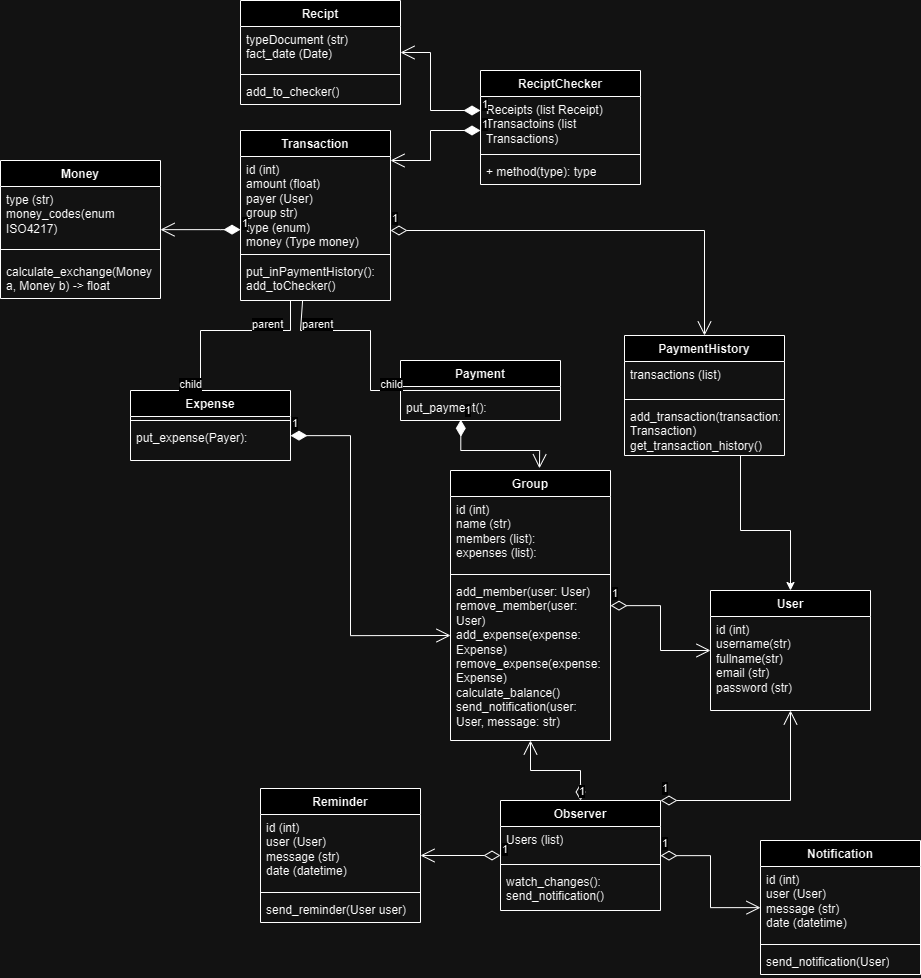
Earlier version of the draw.io export images/PocketPartners-Diagram-Class.png (PocketPartners/Informe). Source tidied: cells renumbered, new cells last; positions are measured from the earlier drawing's top-left corner, leaving out a move shared by most shapes.
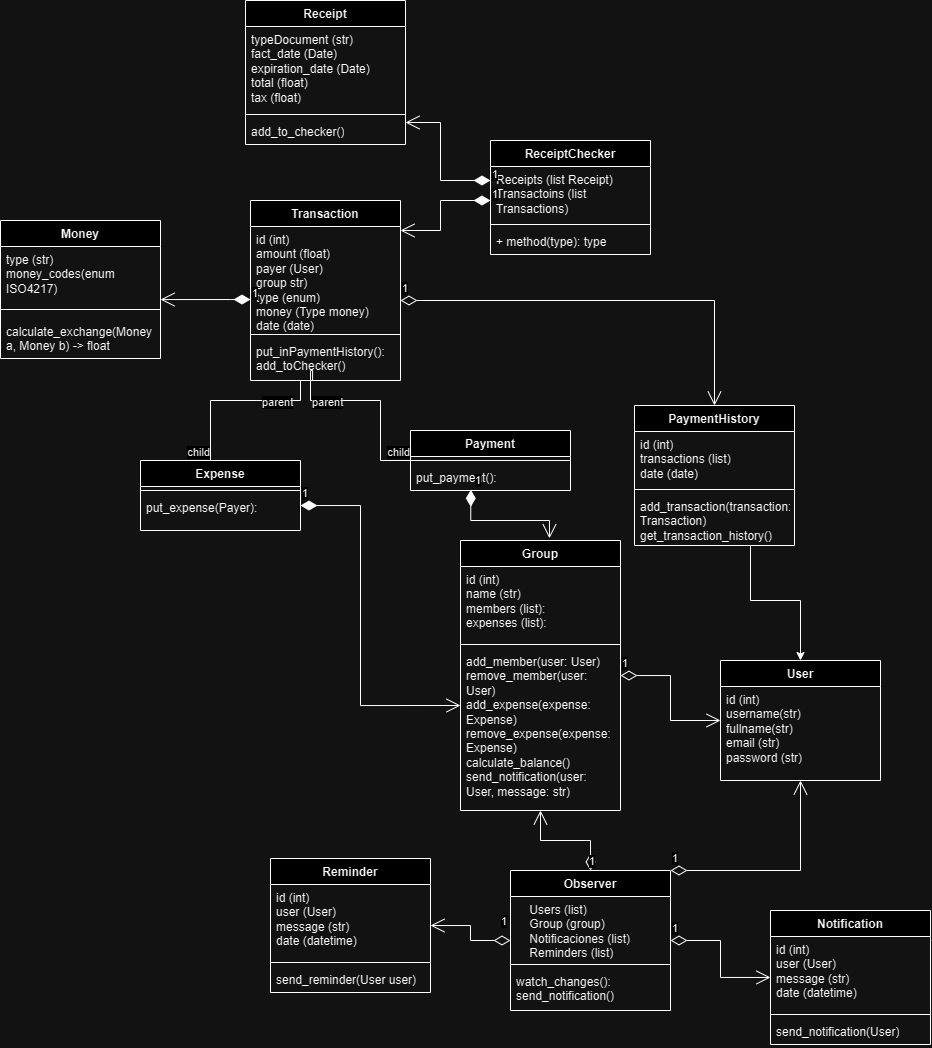
Above is the later version.

Commit message:
fix: spelling and missing attributes in classes

What changed in the source:
```diff
@@ -62,28 +62,28 @@
       </mxGeometry>
     </mxCell>
     <mxCell id="20" value="PaymentHistory" style="swimlane;fontStyle=1;align=center;verticalAlign=top;horizontal=1;startSize=26;whiteSpace=wrap;html=1;" parent="1" vertex="1">
-      <mxGeometry x="624" y="335" width="160" height="120" as="geometry" />
+      <mxGeometry x="624" y="335" width="160" height="140" as="geometry" />
     </mxCell>
-    <mxCell id="21" value="transactions (list)" style="text;strokeColor=none;fillColor=none;align=left;verticalAlign=top;spacingLeft=4;spacingRight=4;overflow=hidden;whiteSpace=wrap;html=1;" parent="20" vertex="1">
-      <mxGeometry y="26" width="160" height="34" as="geometry" />
+    <mxCell id="21" value="&lt;div&gt;id (int)&lt;/div&gt;transactions (list)&lt;div&gt;date (date)&lt;/div&gt;" style="text;strokeColor=none;fillColor=none;align=left;verticalAlign=top;spacingLeft=4;spacingRight=4;overflow=hidden;whiteSpace=wrap;html=1;" parent="20" vertex="1">
+      <mxGeometry y="26" width="160" height="54" as="geometry" />
     </mxCell>
     <mxCell id="22" style="line;strokeWidth=1;fillColor=none;align=left;verticalAlign=middle;spacingTop=-1;spacingLeft=3;spacingRight=3;labelPosition=right;strokeColor=inherit;" parent="20" vertex="1">
-      <mxGeometry y="60" width="160" height="8" as="geometry" />
+      <mxGeometry y="80" width="160" height="8" as="geometry" />
     </mxCell>
     <mxCell id="23" value="&lt;div&gt;add_transaction(transaction: Transaction)&lt;/div&gt;&lt;div&gt;get_transaction_history()&lt;/div&gt;" style="text;strokeColor=none;fillColor=none;align=left;verticalAlign=top;spacingLeft=4;spacingRight=4;overflow=hidden;whiteSpace=wrap;html=1;" parent="20" vertex="1">
-      <mxGeometry y="68" width="160" height="52" as="geometry" />
+      <mxGeometry y="88" width="160" height="52" as="geometry" />
     </mxCell>
     <mxCell id="24" value="Observer" style="swimlane;fontStyle=1;align=center;verticalAlign=top;horizontal=1;startSize=26;whiteSpace=wrap;html=1;" parent="1" vertex="1">
-      <mxGeometry x="500" y="800" width="160" height="110" as="geometry" />
+      <mxGeometry x="500" y="800" width="160" height="140" as="geometry" />
     </mxCell>
-    <mxCell id="25" value="&lt;div&gt;Users (list)&lt;/div&gt;" style="text;strokeColor=none;fillColor=none;align=left;verticalAlign=top;spacingLeft=4;spacingRight=4;overflow=hidden;whiteSpace=wrap;html=1;" parent="24" vertex="1">
-      <mxGeometry y="26" width="160" height="34" as="geometry" />
+    <mxCell id="25" value="&lt;div&gt;&amp;nbsp; &amp;nbsp; Users (list)&lt;/div&gt;&lt;div&gt;&amp;nbsp; &amp;nbsp; Group (group)&lt;/div&gt;&lt;div&gt;&amp;nbsp; &amp;nbsp; Notificaciones (list)&lt;/div&gt;&lt;div&gt;&amp;nbsp; &amp;nbsp; Reminders (list)&lt;/div&gt;" style="text;strokeColor=none;fillColor=none;align=left;verticalAlign=top;spacingLeft=4;spacingRight=4;overflow=hidden;whiteSpace=wrap;html=1;" parent="24" vertex="1">
+      <mxGeometry y="26" width="160" height="64" as="geometry" />
     </mxCell>
     <mxCell id="26" style="line;strokeWidth=1;fillColor=none;align=left;verticalAlign=middle;spacingTop=-1;spacingLeft=3;spacingRight=3;labelPosition=right;strokeColor=inherit;" parent="24" vertex="1">
-      <mxGeometry y="60" width="160" height="8" as="geometry" />
+      <mxGeometry y="90" width="160" height="8" as="geometry" />
     </mxCell>
     <mxCell id="27" value="watch_changes():&lt;br&gt;send_notification()" style="text;strokeColor=none;fillColor=none;align=left;verticalAlign=top;spacingLeft=4;spacingRight=4;overflow=hidden;whiteSpace=wrap;html=1;" parent="24" vertex="1">
-      <mxGeometry y="68" width="160" height="42" as="geometry" />
+      <mxGeometry y="98" width="160" height="42" as="geometry" />
     </mxCell>
     <mxCell id="28" value="Payment" style="swimlane;fontStyle=1;align=center;verticalAlign=top;horizontal=1;startSize=26;whiteSpace=wrap;html=1;" parent="1" vertex="1">
       <mxGeometry x="400" y="360" width="160" height="60" as="geometry" />
@@ -104,16 +104,16 @@
       </mxGeometry>
     </mxCell>
     <mxCell id="32" value="Transaction" style="swimlane;fontStyle=1;align=center;verticalAlign=top;horizontal=1;startSize=26;whiteSpace=wrap;html=1;" parent="1" vertex="1">
-      <mxGeometry x="240" y="130" width="150" height="170" as="geometry" />
+      <mxGeometry x="240" y="130" width="150" height="180" as="geometry" />
     </mxCell>
-    <mxCell id="33" value="id (int)&lt;div&gt;amount (float)&lt;/div&gt;&lt;div&gt;payer (User)&lt;br&gt;&lt;/div&gt;&lt;div&gt;group str)&lt;br&gt;&lt;/div&gt;&lt;div&gt;type (enum)&lt;/div&gt;&lt;div&gt;money (Type money)&lt;/div&gt;" style="text;strokeColor=none;fillColor=none;align=left;verticalAlign=top;spacingLeft=4;spacingRight=4;overflow=hidden;whiteSpace=wrap;html=1;" parent="32" vertex="1">
-      <mxGeometry y="26" width="150" height="94" as="geometry" />
+    <mxCell id="33" value="id (int)&lt;div&gt;amount (float)&lt;/div&gt;&lt;div&gt;payer (User)&lt;br&gt;&lt;/div&gt;&lt;div&gt;group str)&lt;br&gt;&lt;/div&gt;&lt;div&gt;type (enum)&lt;/div&gt;&lt;div&gt;money (Type money)&lt;/div&gt;&lt;div&gt;date (date)&lt;/div&gt;" style="text;strokeColor=none;fillColor=none;align=left;verticalAlign=top;spacingLeft=4;spacingRight=4;overflow=hidden;whiteSpace=wrap;html=1;" parent="32" vertex="1">
+      <mxGeometry y="26" width="150" height="104" as="geometry" />
     </mxCell>
     <mxCell id="34" style="line;strokeWidth=1;fillColor=none;align=left;verticalAlign=middle;spacingTop=-1;spacingLeft=3;spacingRight=3;labelPosition=right;strokeColor=inherit;" parent="32" vertex="1">
-      <mxGeometry y="120" width="150" height="8" as="geometry" />
+      <mxGeometry y="130" width="150" height="8" as="geometry" />
     </mxCell>
     <mxCell id="35" value="put_inPaymentHistory():&lt;div&gt;add_toChecker()&lt;/div&gt;" style="text;strokeColor=none;fillColor=none;align=left;verticalAlign=top;spacingLeft=4;spacingRight=4;overflow=hidden;points=[[0,0.5],[1,0.5]];portConstraint=eastwest;whiteSpace=wrap;html=1;" parent="32" vertex="1">
-      <mxGeometry y="128" width="150" height="42" as="geometry" />
+      <mxGeometry y="138" width="150" height="42" as="geometry" />
     </mxCell>
     <mxCell id="36" value="1" style="endArrow=open;html=1;endSize=12;startArrow=diamondThin;startSize=14;startFill=1;edgeStyle=orthogonalEdgeStyle;align=left;verticalAlign=bottom;rounded=0;entryX=0.556;entryY=-0.008;entryDx=0;entryDy=0;entryPerimeter=0;exitX=0.377;exitY=0.973;exitDx=0;exitDy=0;exitPerimeter=0;" parent="1" edge="1" source="30" target="7">
       <mxGeometry x="-1" y="3" relative="1" as="geometry">
@@ -131,7 +131,7 @@
       </mxGeometry>
     </mxCell>
     <mxCell id="38" value="Money" style="swimlane;fontStyle=1;align=center;verticalAlign=top;horizontal=1;startSize=26;whiteSpace=wrap;html=1;" parent="1" vertex="1">
-      <mxGeometry y="160" width="160" height="138" as="geometry" />
+      <mxGeometry x="-10" y="150" width="160" height="138" as="geometry" />
     </mxCell>
     <mxCell id="39" value="type (str)&lt;div&gt;money_codes(enum ISO4217)&lt;/div&gt;" style="text;strokeColor=none;fillColor=none;align=left;verticalAlign=top;spacingLeft=4;spacingRight=4;overflow=hidden;whiteSpace=wrap;html=1;" parent="38" vertex="1">
       <mxGeometry y="26" width="160" height="54" as="geometry" />
@@ -150,19 +150,19 @@
         </Array>
       </mxGeometry>
     </mxCell>
-    <mxCell id="43" value="Recipt" style="swimlane;fontStyle=1;align=center;verticalAlign=top;horizontal=1;startSize=26;whiteSpace=wrap;html=1;" parent="1" vertex="1">
-      <mxGeometry x="240" width="160" height="104" as="geometry" />
+    <mxCell id="43" value="Receipt" style="swimlane;fontStyle=1;align=center;verticalAlign=top;horizontal=1;startSize=26;whiteSpace=wrap;html=1;" parent="1" vertex="1">
+      <mxGeometry x="235" y="-70" width="160" height="144" as="geometry" />
     </mxCell>
-    <mxCell id="44" value="typeDocument (str)&lt;div&gt;fact_date (Date)&lt;/div&gt;" style="text;strokeColor=none;fillColor=none;align=left;verticalAlign=top;spacingLeft=4;spacingRight=4;overflow=hidden;whiteSpace=wrap;html=1;" parent="43" vertex="1">
-      <mxGeometry y="26" width="160" height="44" as="geometry" />
+    <mxCell id="44" value="typeDocument (str)&lt;div&gt;fact_date (Date)&lt;/div&gt;&lt;div&gt;expiration_date (Date)&lt;br&gt;&lt;/div&gt;&lt;div&gt;total (float)&lt;br&gt;&lt;/div&gt;&lt;div&gt;tax (float)&lt;br&gt;&lt;/div&gt;" style="text;strokeColor=none;fillColor=none;align=left;verticalAlign=top;spacingLeft=4;spacingRight=4;overflow=hidden;whiteSpace=wrap;html=1;" parent="43" vertex="1">
+      <mxGeometry y="26" width="160" height="84" as="geometry" />
     </mxCell>
     <mxCell id="45" style="line;strokeWidth=1;fillColor=none;align=left;verticalAlign=middle;spacingTop=-1;spacingLeft=3;spacingRight=3;labelPosition=right;strokeColor=inherit;" parent="43" vertex="1">
-      <mxGeometry y="70" width="160" height="8" as="geometry" />
+      <mxGeometry y="110" width="160" height="8" as="geometry" />
     </mxCell>
     <mxCell id="46" value="add_to_checker()" style="text;strokeColor=none;fillColor=none;align=left;verticalAlign=top;spacingLeft=4;spacingRight=4;overflow=hidden;whiteSpace=wrap;html=1;" parent="43" vertex="1">
-      <mxGeometry y="78" width="160" height="26" as="geometry" />
+      <mxGeometry y="118" width="160" height="26" as="geometry" />
     </mxCell>
-    <mxCell id="47" value="ReciptChecker" style="swimlane;fontStyle=1;align=center;verticalAlign=top;horizontal=1;startSize=26;whiteSpace=wrap;html=1;" parent="1" vertex="1">
+    <mxCell id="47" value="ReceiptChecker" style="swimlane;fontStyle=1;align=center;verticalAlign=top;horizontal=1;startSize=26;whiteSpace=wrap;html=1;" parent="1" vertex="1">
       <mxGeometry x="480" y="70" width="160" height="114" as="geometry" />
     </mxCell>
     <mxCell id="48" value="Receipts (list Receipt)&lt;div&gt;Transactoins (list Transactions)&amp;nbsp;&lt;/div&gt;" style="text;strokeColor=none;fillColor=none;align=left;verticalAlign=top;spacingLeft=4;spacingRight=4;overflow=hidden;whiteSpace=wrap;html=1;" parent="47" vertex="1">
@@ -231,7 +231,7 @@
       <mxGeometry x="-1" y="3" relative="1" as="geometry" />
     </mxCell>
     <mxCell id="61" value="1" style="endArrow=open;html=1;endSize=12;startArrow=diamondThin;startSize=14;startFill=0;edgeStyle=orthogonalEdgeStyle;align=left;verticalAlign=bottom;rounded=0;" parent="1" edge="1" source="24" target="15">
-      <mxGeometry x="-1" y="3" relative="1" as="geometry" />
+      <mxGeometry x="-0.76" y="-10" relative="1" as="geometry" />
     </mxCell>
     <mxCell id="62" value="1" style="endArrow=open;html=1;endSize=12;startArrow=diamondThin;startSize=14;startFill=0;edgeStyle=orthogonalEdgeStyle;align=left;verticalAlign=bottom;rounded=0;" parent="1" edge="1" source="24" target="7">
       <mxGeometry x="-1" y="3" relative="1" as="geometry" />
```
